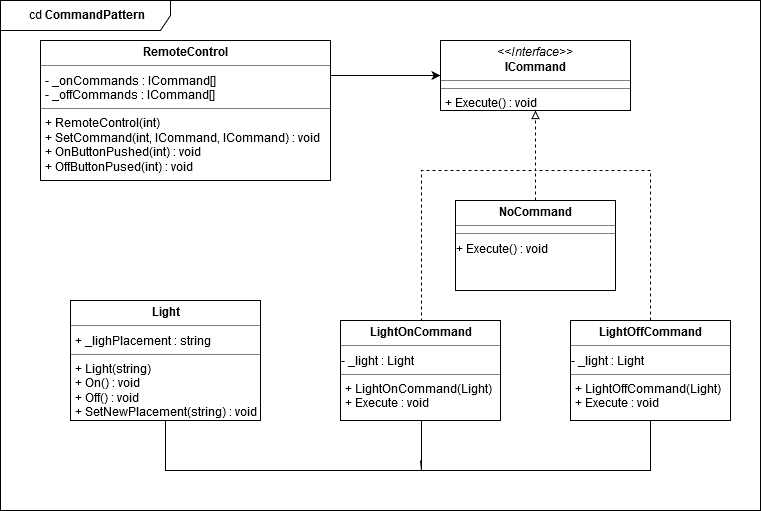
This is Simple_Command_Pattern/ClassDiagram_CommandPattern_Simple.png from MortenFilt/CommandPattern, a draw.io export, as it was before one commit. Source tidied: cells renumbered, new cells last; positions are measured from the earlier drawing's top-left corner, leaving out a move shared by most shapes. Its diagram source:
```xml
<mxGraphModel background="#ffffff">
  <root>
    <mxCell id="0" />
    <mxCell id="1" parent="0" />
    <mxCell id="2" style="edgeStyle=orthogonalEdgeStyle;rounded=0;jettySize=auto;html=1;exitX=1;exitY=0.25;exitDx=0;exitDy=0;entryX=0;entryY=0.5;entryDx=0;entryDy=0;" parent="1" edge="1" source="3" target="5">
      <mxGeometry relative="1" as="geometry" />
    </mxCell>
    <mxCell id="3" value="&lt;p style=&quot;margin: 0px ; margin-top: 4px ; text-align: center&quot;&gt;&lt;b&gt;RemoteControl&lt;/b&gt;&lt;/p&gt;&lt;hr size=&quot;1&quot;&gt;&lt;p style=&quot;margin: 0px ; margin-left: 4px&quot;&gt;- _onCommands : ICommand[]&lt;/p&gt;&lt;p style=&quot;margin: 0px ; margin-left: 4px&quot;&gt;- _offCommands : ICommand[]&lt;br&gt;&lt;/p&gt;&lt;hr size=&quot;1&quot;&gt;&lt;p style=&quot;margin: 0px ; margin-left: 4px&quot;&gt;+ RemoteControl(int)&lt;/p&gt;&lt;p style=&quot;margin: 0px ; margin-left: 4px&quot;&gt;+ SetCommand(int, ICommand, ICommand) : void&lt;/p&gt;&lt;p style=&quot;margin: 0px ; margin-left: 4px&quot;&gt;+ OnButtonPushed(int) : void&lt;/p&gt;&lt;p style=&quot;margin: 0px ; margin-left: 4px&quot;&gt;+ OffButtonPused(int) : void&lt;br&gt;&lt;/p&gt;" style="verticalAlign=top;align=left;overflow=fill;fontSize=12;fontFamily=Helvetica;html=1;" parent="1" vertex="1">
      <mxGeometry x="40" y="40" width="290" height="140" as="geometry" />
    </mxCell>
    <mxCell id="4" value="&lt;p style=&quot;margin: 0px ; margin-top: 4px ; text-align: center&quot;&gt;&lt;b&gt;Light&lt;/b&gt;&lt;/p&gt;&lt;hr size=&quot;1&quot;&gt;&lt;p style=&quot;margin: 0px ; margin-left: 4px&quot;&gt;+ _lighPlacement : string&lt;br&gt;&lt;/p&gt;&lt;hr size=&quot;1&quot;&gt;&lt;p style=&quot;margin: 0px ; margin-left: 4px&quot;&gt;+ Light(string)&lt;/p&gt;&lt;p style=&quot;margin: 0px ; margin-left: 4px&quot;&gt;+ On() : void&lt;/p&gt;&lt;p style=&quot;margin: 0px ; margin-left: 4px&quot;&gt;+ Off() : void&lt;/p&gt;&lt;p style=&quot;margin: 0px ; margin-left: 4px&quot;&gt;+ SetNewPlacement(string) : void&lt;br&gt;&lt;/p&gt;" style="verticalAlign=top;align=left;overflow=fill;fontSize=12;fontFamily=Helvetica;html=1;" parent="1" vertex="1">
      <mxGeometry x="70" y="300" width="190" height="120" as="geometry" />
    </mxCell>
    <mxCell id="5" value="&lt;p style=&quot;margin: 0px ; margin-top: 4px ; text-align: center&quot;&gt;&lt;i&gt;&amp;lt;&amp;lt;Interface&amp;gt;&amp;gt;&lt;/i&gt;&lt;br&gt;&lt;b&gt;ICommand&lt;/b&gt;&lt;/p&gt;&lt;hr size=&quot;1&quot;&gt;&lt;hr size=&quot;1&quot;&gt;&lt;p style=&quot;margin: 0px ; margin-left: 4px&quot;&gt;+ Execute() : void&lt;br&gt;&lt;/p&gt;" style="verticalAlign=top;align=left;overflow=fill;fontSize=12;fontFamily=Helvetica;html=1;" parent="1" vertex="1">
      <mxGeometry x="440" y="40" width="190" height="70" as="geometry" />
    </mxCell>
    <mxCell id="6" style="edgeStyle=orthogonalEdgeStyle;rounded=0;jettySize=auto;html=1;exitX=0.5;exitY=0;exitDx=0;exitDy=0;entryX=0.5;entryY=1;entryDx=0;entryDy=0;endArrow=block;endFill=0;dashed=1;" parent="1" edge="1" source="8" target="5">
      <mxGeometry relative="1" as="geometry">
        <Array as="points">
          <mxPoint x="421" y="170" />
          <mxPoint x="535" y="170" />
        </Array>
      </mxGeometry>
    </mxCell>
    <mxCell id="7" style="edgeStyle=orthogonalEdgeStyle;rounded=0;jettySize=auto;html=1;exitX=0.5;exitY=1;exitDx=0;exitDy=0;entryX=0.5;entryY=1;entryDx=0;entryDy=0;endArrow=none;endFill=0;" parent="1" edge="1" source="8" target="4">
      <mxGeometry relative="1" as="geometry">
        <Array as="points">
          <mxPoint x="421" y="470" />
          <mxPoint x="165" y="470" />
        </Array>
      </mxGeometry>
    </mxCell>
    <mxCell id="8" value="&lt;p style=&quot;margin: 0px ; margin-top: 4px ; text-align: center&quot;&gt;&lt;b&gt;LightOnCommand&lt;/b&gt;&lt;/p&gt;&lt;hr size=&quot;1&quot;&gt;- _light : Light&lt;br&gt;&lt;hr size=&quot;1&quot;&gt;&lt;p style=&quot;margin: 0px ; margin-left: 4px&quot;&gt;+ LightOnCommand(Light)&lt;br&gt;&lt;/p&gt;&lt;p style=&quot;margin: 0px ; margin-left: 4px&quot;&gt;+ Execute : void&lt;br&gt;&lt;/p&gt;" style="verticalAlign=top;align=left;overflow=fill;fontSize=12;fontFamily=Helvetica;html=1;" parent="1" vertex="1">
      <mxGeometry x="340" y="320" width="160" height="100" as="geometry" />
    </mxCell>
    <mxCell id="9" style="edgeStyle=orthogonalEdgeStyle;rounded=0;jettySize=auto;html=1;exitX=0.5;exitY=0;exitDx=0;exitDy=0;endArrow=none;endFill=0;dashed=1;" parent="1" edge="1" source="11">
      <mxGeometry relative="1" as="geometry">
        <mxPoint x="535" y="170" as="targetPoint" />
        <Array as="points">
          <mxPoint x="650" y="170" />
        </Array>
      </mxGeometry>
    </mxCell>
    <mxCell id="10" style="edgeStyle=orthogonalEdgeStyle;rounded=0;jettySize=auto;html=1;exitX=0.5;exitY=1;exitDx=0;exitDy=0;endArrow=none;endFill=0;" parent="1" edge="1" source="11">
      <mxGeometry relative="1" as="geometry">
        <mxPoint x="420" y="460" as="targetPoint" />
        <Array as="points">
          <mxPoint x="650" y="470" />
          <mxPoint x="421" y="470" />
        </Array>
      </mxGeometry>
    </mxCell>
    <mxCell id="11" value="&lt;p style=&quot;margin: 0px ; margin-top: 4px ; text-align: center&quot;&gt;&lt;b&gt;LightOffCommand&lt;/b&gt;&lt;/p&gt;&lt;hr size=&quot;1&quot;&gt;- _light : Light&lt;br&gt;&lt;hr size=&quot;1&quot;&gt;&lt;p style=&quot;margin: 0px ; margin-left: 4px&quot;&gt;+ LightOffCommand(Light)&lt;br&gt;&lt;/p&gt;&lt;p style=&quot;margin: 0px ; margin-left: 4px&quot;&gt;+ Execute : void&lt;br&gt;&lt;/p&gt;" style="verticalAlign=top;align=left;overflow=fill;fontSize=12;fontFamily=Helvetica;html=1;" parent="1" vertex="1">
      <mxGeometry x="570" y="320" width="160" height="100" as="geometry" />
    </mxCell>
    <mxCell id="12" style="edgeStyle=orthogonalEdgeStyle;rounded=0;jettySize=auto;html=1;exitX=0.5;exitY=0;exitDx=0;exitDy=0;dashed=1;endArrow=none;endFill=0;" parent="1" edge="1" source="13">
      <mxGeometry relative="1" as="geometry">
        <mxPoint x="534.7" y="170" as="targetPoint" />
      </mxGeometry>
    </mxCell>
    <mxCell id="13" value="&lt;p style=&quot;margin: 0px ; margin-top: 4px ; text-align: center&quot;&gt;&lt;b&gt;NoCommand&lt;/b&gt;&lt;/p&gt;&lt;hr size=&quot;1&quot;&gt;&lt;hr size=&quot;1&quot;&gt;+ Execute() : void" style="verticalAlign=top;align=left;overflow=fill;fontSize=12;fontFamily=Helvetica;html=1;" parent="1" vertex="1">
      <mxGeometry x="455" y="200" width="160" height="90" as="geometry" />
    </mxCell>
    <mxCell id="14" value="cd &lt;b&gt;CommandPattern&lt;/b&gt;" style="shape=umlFrame;whiteSpace=wrap;html=1;width=170;height=30;" parent="1" vertex="1">
      <mxGeometry width="760" height="510" as="geometry" />
    </mxCell>
  </root>
</mxGraphModel>
```
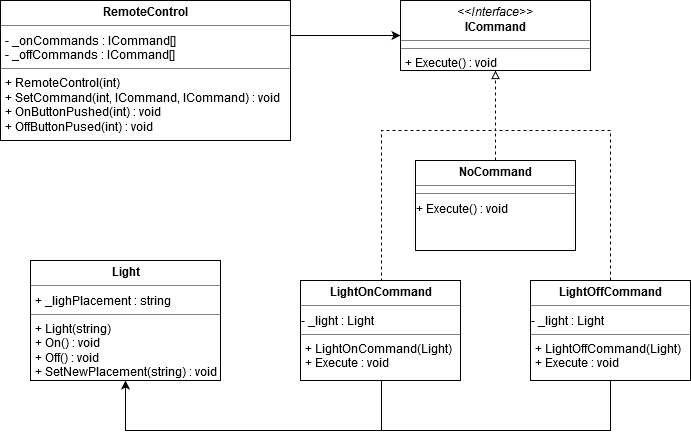
After the change.

Diff of the diagram source:
```diff
@@ -22,7 +22,7 @@
         </Array>
       </mxGeometry>
     </mxCell>
-    <mxCell id="7" style="edgeStyle=orthogonalEdgeStyle;rounded=0;jettySize=auto;html=1;exitX=0.5;exitY=1;exitDx=0;exitDy=0;entryX=0.5;entryY=1;entryDx=0;entryDy=0;endArrow=none;endFill=0;" parent="1" edge="1" source="8" target="4">
+    <mxCell id="7" style="edgeStyle=orthogonalEdgeStyle;rounded=0;jettySize=auto;html=1;exitX=0.5;exitY=1;exitDx=0;exitDy=0;entryX=0.5;entryY=1;entryDx=0;entryDy=0;endArrow=classic;endFill=1;" parent="1" edge="1" source="8" target="4">
       <mxGeometry relative="1" as="geometry">
         <Array as="points">
           <mxPoint x="421" y="470" />
@@ -43,7 +43,7 @@
     </mxCell>
     <mxCell id="10" style="edgeStyle=orthogonalEdgeStyle;rounded=0;jettySize=auto;html=1;exitX=0.5;exitY=1;exitDx=0;exitDy=0;endArrow=none;endFill=0;" parent="1" edge="1" source="11">
       <mxGeometry relative="1" as="geometry">
-        <mxPoint x="420" y="460" as="targetPoint" />
+        <mxPoint x="420" y="470" as="targetPoint" />
         <Array as="points">
           <mxPoint x="650" y="470" />
           <mxPoint x="421" y="470" />
@@ -61,8 +61,5 @@
     <mxCell id="13" value="&lt;p style=&quot;margin: 0px ; margin-top: 4px ; text-align: center&quot;&gt;&lt;b&gt;NoCommand&lt;/b&gt;&lt;/p&gt;&lt;hr size=&quot;1&quot;&gt;&lt;hr size=&quot;1&quot;&gt;+ Execute() : void" style="verticalAlign=top;align=left;overflow=fill;fontSize=12;fontFamily=Helvetica;html=1;" parent="1" vertex="1">
       <mxGeometry x="455" y="200" width="160" height="90" as="geometry" />
     </mxCell>
-    <mxCell id="14" value="cd &lt;b&gt;CommandPattern&lt;/b&gt;" style="shape=umlFrame;whiteSpace=wrap;html=1;width=170;height=30;" parent="1" vertex="1">
-      <mxGeometry width="760" height="510" as="geometry" />
-    </mxCell>
   </root>
 </mxGraphModel>
```
